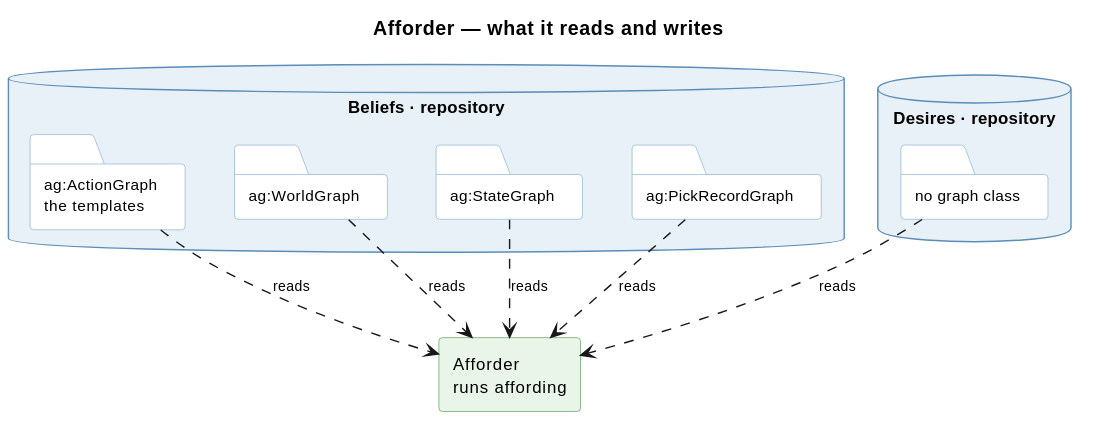
Earlier version of the PlantUML export knowledge/diagrams/service-afforder.svg (ShishkinDmitriy/orexis).
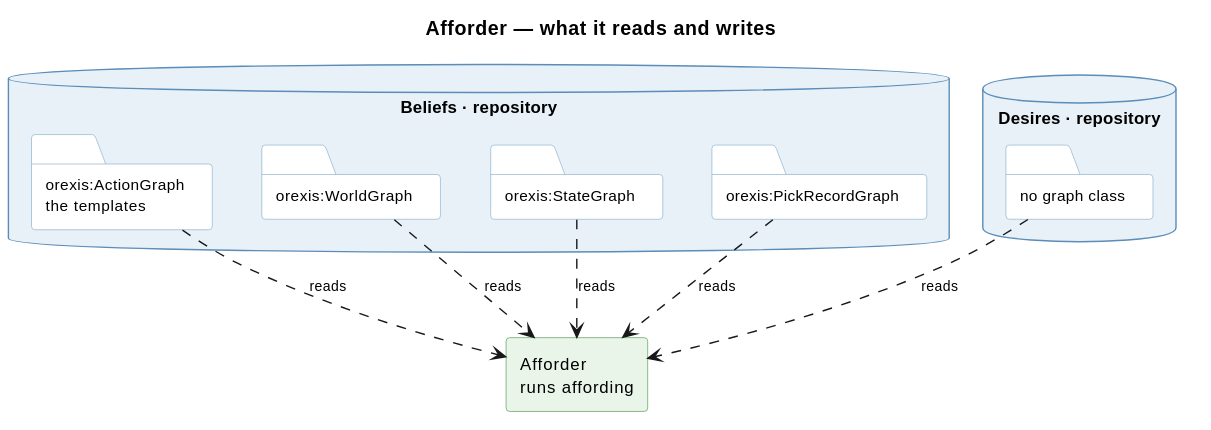
Later version of the same file.

Change to the diagram source:
```diff
@@ -22,10 +22,10 @@
 
 
 database "Beliefs · repository" as BEL {
-  folder "ag:ActionGraph\nthe templates" as A
-  folder "ag:WorldGraph" as W
-  folder "ag:StateGraph" as S
-  folder "ag:PickRecordGraph" as P
+  folder "orexis:ActionGraph\nthe templates" as A
+  folder "orexis:WorldGraph" as W
+  folder "orexis:StateGraph" as S
+  folder "orexis:PickRecordGraph" as P
 }
 
 database "Desires · repository" as DES {
```
